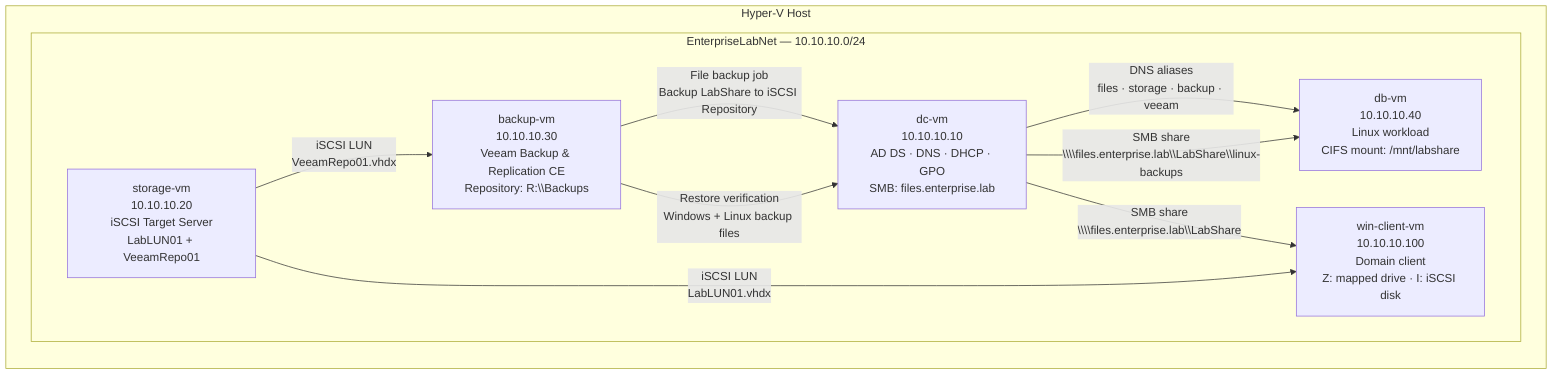
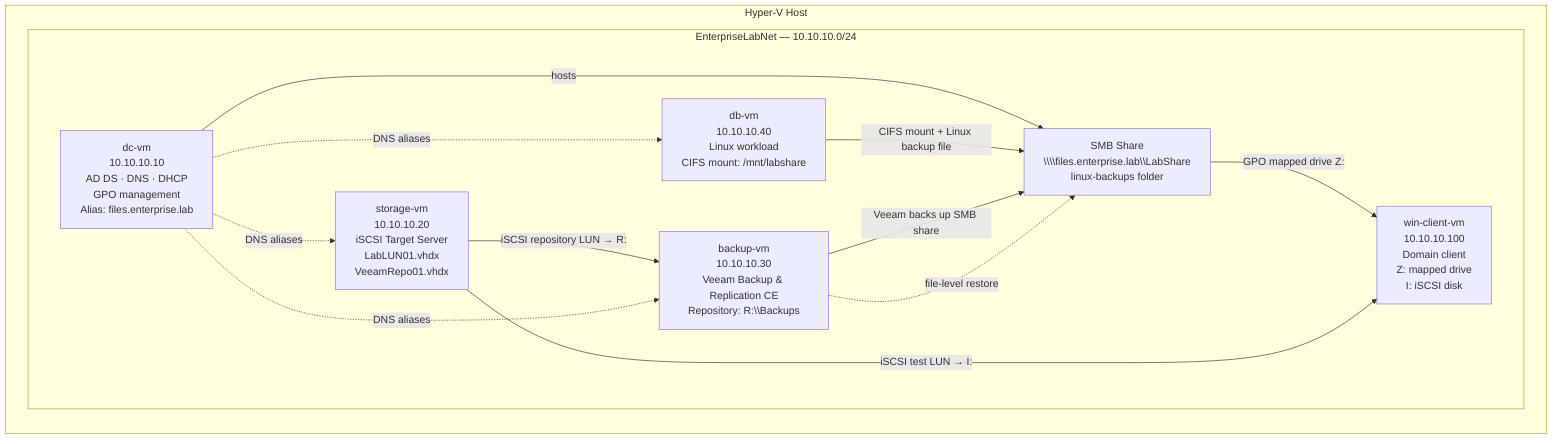
flowchart LR
    subgraph H["Hyper-V Host"]
        subgraph E["EnterpriseLabNet — 10.10.10.0/24"]
-             DC["dc-vm<br/>10.10.10.10<br/>AD DS · DNS · DHCP · GPO<br/>SMB: files.enterprise.lab"]
-             ST["storage-vm<br/>10.10.10.20<br/>iSCSI Target Server<br/>LabLUN01 + VeeamRepo01"]
+             DC["dc-vm<br/>10.10.10.10<br/>AD DS · DNS · DHCP<br/>GPO management<br/>Alias: files.enterprise.lab"]
+             SHARE["SMB Share<br/>\\\\files.enterprise.lab\\LabShare<br/>linux-backups folder"]
+             ST["storage-vm<br/>10.10.10.20<br/>iSCSI Target Server<br/>LabLUN01.vhdx<br/>VeeamRepo01.vhdx"]
            BK["backup-vm<br/>10.10.10.30<br/>Veeam Backup & Replication CE<br/>Repository: R:\\Backups"]
-             CL["win-client-vm<br/>10.10.10.100<br/>Domain client<br/>Z: mapped drive · I: iSCSI disk"]
+             CL["win-client-vm<br/>10.10.10.100<br/>Domain client<br/>Z: mapped drive<br/>I: iSCSI disk"]
            DB["db-vm<br/>10.10.10.40<br/>Linux workload<br/>CIFS mount: /mnt/labshare"]
        end
    end

-     DC -->|"DNS aliases<br/>files · storage · backup · veeam"| DB
-     DC -->|"SMB share<br/>\\\\files.enterprise.lab\\LabShare"| CL
-     DC -->|"SMB share<br/>\\\\files.enterprise.lab\\LabShare\\linux-backups"| DB
-     ST -->|"iSCSI LUN<br/>LabLUN01.vhdx"| CL
-     ST -->|"iSCSI LUN<br/>VeeamRepo01.vhdx"| BK
-     BK -->|"File backup job<br/>Backup LabShare to iSCSI Repository"| DC
-     BK -->|"Restore verification<br/>Windows + Linux backup files"| DC
+     DC -->|"hosts"| SHARE
+     SHARE -->|"GPO mapped drive Z:"| CL
+     DB -->|"CIFS mount + Linux backup file"| SHARE
+     BK -->|"Veeam backs up SMB share"| SHARE
+     BK -.->|"file-level restore"| SHARE
+     ST -->|"iSCSI repository LUN → R:"| BK
+     ST -->|"iSCSI test LUN → I:"| CL
+     DC -.->|"DNS aliases"| ST
+     DC -.->|"DNS aliases"| BK
+     DC -.->|"DNS aliases"| DB
